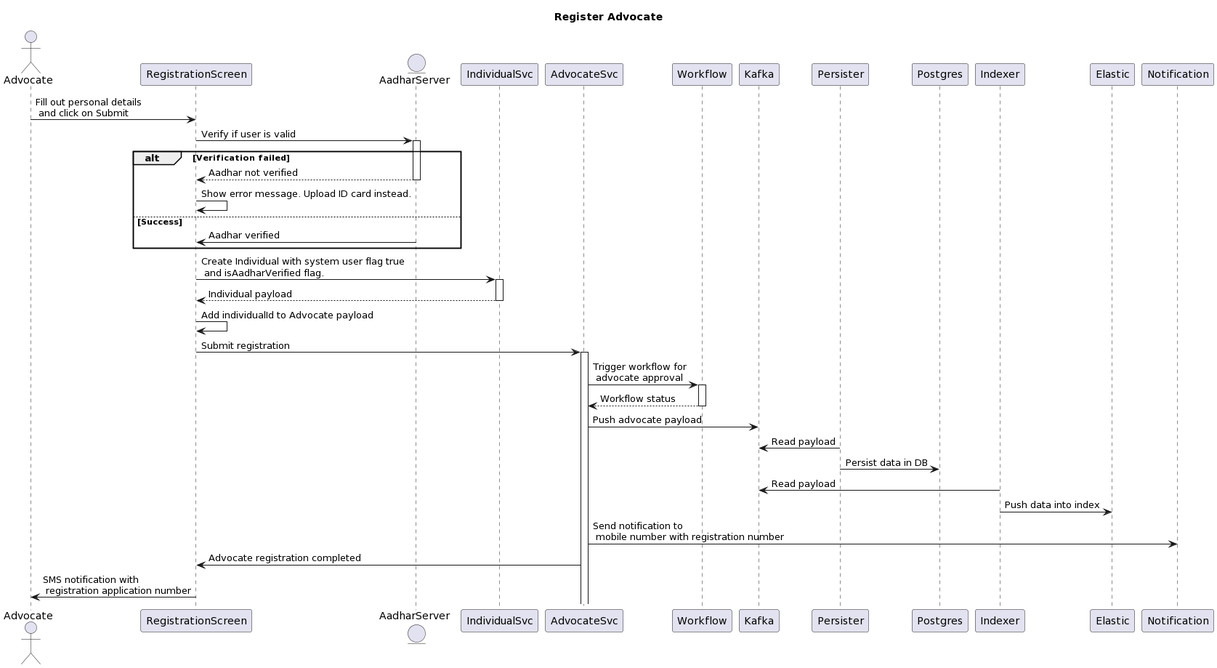
Before: docs/Advocate/SequenceDiagrams/Advocate-Create-Flow.png, a diagram exported from PlantUML (pucardotorg/dristi).
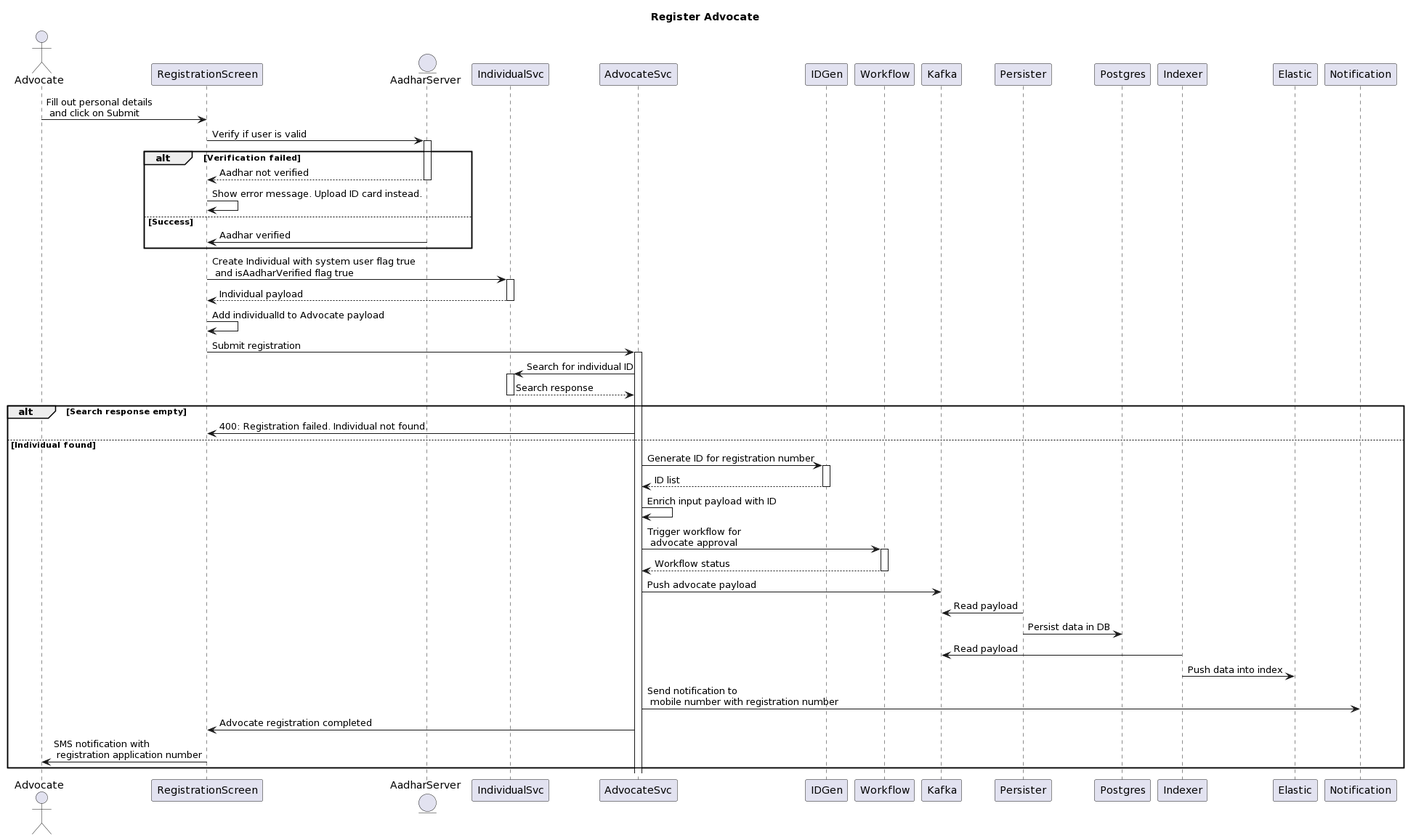
Later version of the same file.

Commit message:
Added clerk registration flow

Diff of the diagram source:
```diff
@@ -13,18 +13,27 @@
 else Success
   Aadhar -> UI: Aadhar verified
 end
-UI -> I ++: Create Individual with system user flag true \n and isAadharVerified flag.
+UI -> I ++: Create Individual with system user flag true \n and isAadharVerified flag true
 return Individual payload
 UI -> UI: Add individualId to Advocate payload
 UI -> A ++: Submit registration
-A -> Workflow ++: Trigger workflow for \n advocate approval
-return Workflow status
-A -> Kafka: Push advocate payload
-Persister -> Kafka: Read payload
-Persister -> Postgres: Persist data in DB
-Indexer -> Kafka: Read payload
-Indexer -> Elastic: Push data into index
-A -> Notification : Send notification to \n mobile number with registration number
-A -> UI: Advocate registration completed
-UI -> User: SMS notification with \n registration application number
+A -> I ++: Search for individual ID
+return Search response
+alt Search response empty
+   A -> UI: 400: Registration failed. Individual not found.
+else Individual found
+   A -> IDGen ++: Generate ID for registration number
+   return ID list
+   A -> A: Enrich input payload with ID
+   A -> Workflow ++: Trigger workflow for \n advocate approval
+   return Workflow status
+   A -> Kafka: Push advocate payload
+   Persister -> Kafka: Read payload
+   Persister -> Postgres: Persist data in DB
+   Indexer -> Kafka: Read payload
+   Indexer -> Elastic: Push data into index
+   A -> Notification : Send notification to \n mobile number with registration number
+   A -> UI: Advocate registration completed
+   UI -> User: SMS notification with \n registration application number
+End
 @enduml
```
